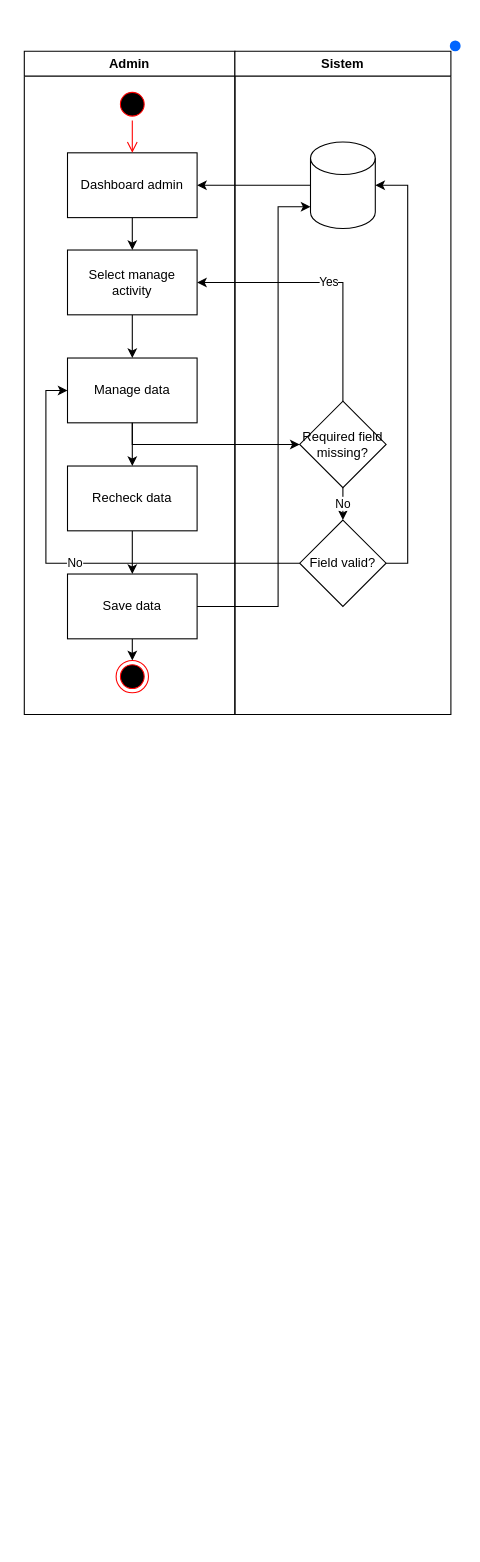
Earlier version of the draw.io diagram page "Admin" (1 of 4) of activityDiagram.drawio (dzikfr/aplikasi-absensi-baharkam-2024). Source tidied: cells renumbered, new cells numbered last; positions are measured from the earlier drawing's top-left corner, leaving out a move shared by most shapes. Both pictures are drawn from the tidied source at 108%, with x=0, y=0 at pixel (24, 40).
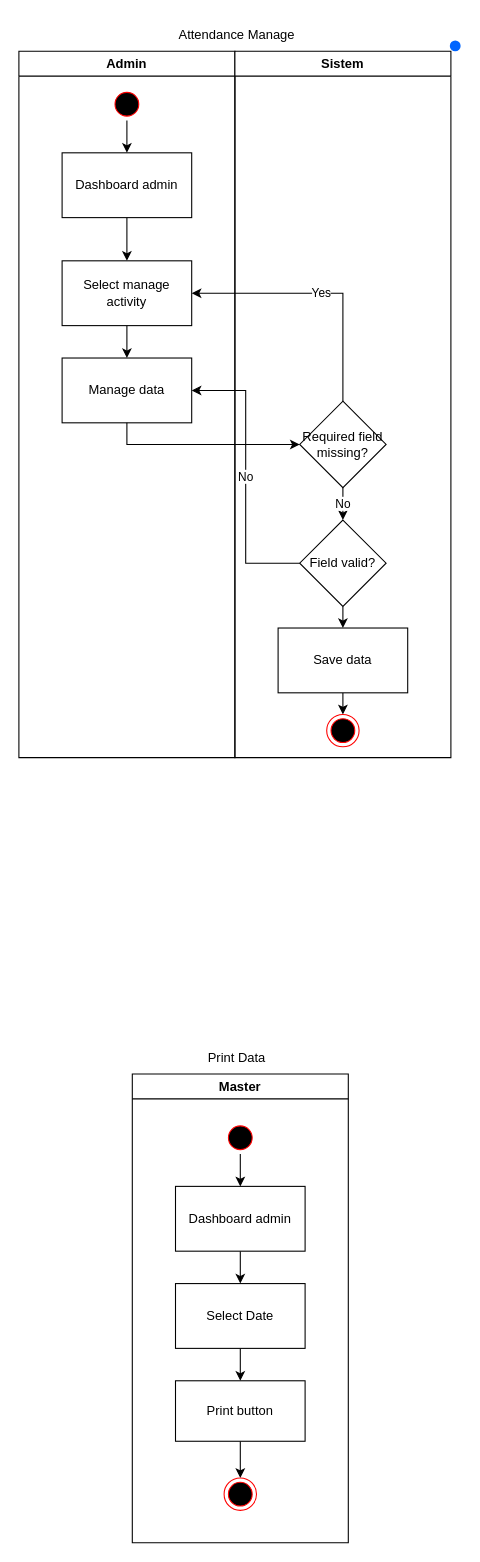
The same diagram, later.

Unchanged cells that the change refers to:
```xml
<mxCell id="6" value="Dashboard admin" style="rounded=0;whiteSpace=wrap;html=1;" parent="3" vertex="1">
  <mxGeometry x="40" y="94" width="120" height="60" as="geometry" />
</mxCell>
<mxCell id="10" value="Manage data" style="rounded=0;whiteSpace=wrap;html=1;" parent="3" vertex="1">
  <mxGeometry x="40" y="284" width="120" height="60" as="geometry" />
</mxCell>
<mxCell id="11" style="ellipse;html=1;shape=startState;fillColor=#000000;strokeColor=#ff0000;" parent="3" vertex="1">
  <mxGeometry x="85" y="34" width="30" height="30" as="geometry" />
</mxCell>
```

The edit, as a diff of the source:
```diff
@@
     <mxCell id="3" value="Admin" style="swimlane;whiteSpace=wrap;html=1;startSize=23;" parent="1" vertex="1">
-      <mxGeometry y="10" width="195" height="614" as="geometry" />
+      <mxGeometry x="-5" y="10" width="200" height="654" as="geometry" />
     </mxCell>
@@
     <mxCell id="8" value="Select manage activity" style="rounded=0;whiteSpace=wrap;html=1;" parent="3" vertex="1">
-      <mxGeometry x="40" y="184" width="120" height="60" as="geometry" />
+      <mxGeometry x="40" y="194" width="120" height="60" as="geometry" />
     </mxCell>
-    <mxCell id="9" style="edgeStyle=orthogonalEdgeStyle;rounded=0;jettySize=auto;html=1;exitX=0.5;exitY=1;exitDx=0;exitDy=0;entryX=0.5;entryY=0;entryDx=0;entryDy=0;" parent="3" edge="1" source="10" target="14">
-      <mxGeometry relative="1" as="geometry" />
-    </mxCell>
@@
+    <mxCell id="12" style="edgeStyle=orthogonalEdgeStyle;rounded=0;jettySize=auto;html=1;exitX=0.5;exitY=1;exitDx=0;exitDy=0;entryX=0.5;entryY=0;entryDx=0;entryDy=0;" parent="3" edge="1" source="11" target="6">
+      <mxGeometry relative="1" as="geometry" />
+    </mxCell>
@@
-    <mxCell id="12" style="edgeStyle=orthogonalEdgeStyle;html=1;verticalAlign=bottom;endArrow=open;endSize=8;strokeColor=#ff0000;rounded=0;entryX=0.5;entryY=0;entryDx=0;entryDy=0;" parent="3" edge="1" source="11" target="6">
-      <mxGeometry relative="1" as="geometry" />
-    </mxCell>
-    <mxCell id="13" style="edgeStyle=orthogonalEdgeStyle;rounded=0;jettySize=auto;html=1;exitX=0.5;exitY=1;exitDx=0;exitDy=0;entryX=0.5;entryY=0;entryDx=0;entryDy=0;" parent="3" edge="1" source="14" target="16">
-      <mxGeometry relative="1" as="geometry" />
-    </mxCell>
-    <mxCell id="14" value="Recheck data" style="rounded=0;whiteSpace=wrap;html=1;" parent="3" vertex="1">
-      <mxGeometry x="40" y="384" width="120" height="60" as="geometry" />
-    </mxCell>
-    <mxCell id="15" style="edgeStyle=orthogonalEdgeStyle;rounded=0;jettySize=auto;html=1;exitX=0.5;exitY=1;exitDx=0;exitDy=0;entryX=0.5;entryY=0;entryDx=0;entryDy=0;" parent="3" edge="1" source="16" target="17">
-      <mxGeometry relative="1" as="geometry" />
-    </mxCell>
+    <mxCell id="18" value="Sistem" style="swimlane;whiteSpace=wrap;html=1;startSize=23;" parent="1" vertex="1">
+      <mxGeometry x="195" y="10" width="200" height="654" as="geometry" />
+    </mxCell>
+    <mxCell id="20" value="Required field missing?" style="rhombus;whiteSpace=wrap;html=1;" parent="18" vertex="1">
+      <mxGeometry x="60" y="324" width="80" height="80" as="geometry" />
+    </mxCell>
+    <mxCell id="29" style="edgeStyle=orthogonalEdgeStyle;rounded=0;jettySize=auto;html=1;exitX=0.5;exitY=1;exitDx=0;exitDy=0;entryX=0.5;entryY=0;entryDx=0;entryDy=0;" parent="18" edge="1" source="21" target="16">
+      <mxGeometry relative="1" as="geometry" />
+    </mxCell>
+    <mxCell id="21" value="Field valid?" style="rhombus;whiteSpace=wrap;html=1;" parent="18" vertex="1">
+      <mxGeometry x="60" y="434" width="80" height="80" as="geometry" />
+    </mxCell>
+    <mxCell id="23" value="No" style="edgeStyle=orthogonalEdgeStyle;rounded=0;jettySize=auto;html=1;exitX=0.5;exitY=1;exitDx=0;exitDy=0;entryX=0.5;entryY=0;entryDx=0;entryDy=0;" parent="18" edge="1" source="20" target="21">
+      <mxGeometry relative="1" as="geometry" />
+    </mxCell>
+    <mxCell id="30" style="edgeStyle=orthogonalEdgeStyle;rounded=0;jettySize=auto;html=1;exitX=0.5;exitY=1;exitDx=0;exitDy=0;entryX=0.5;entryY=0;entryDx=0;entryDy=0;" parent="18" edge="1" source="16" target="31">
+      <mxGeometry relative="1" as="geometry" />
+    </mxCell>
-    <mxCell id="16" value="Save data" style="rounded=0;whiteSpace=wrap;html=1;" parent="3" vertex="1">
-      <mxGeometry x="40" y="484" width="120" height="60" as="geometry" />
+    <mxCell id="16" value="Save data" style="rounded=0;whiteSpace=wrap;html=1;" parent="18" vertex="1">
+      <mxGeometry x="40" y="534" width="120" height="60" as="geometry" />
     </mxCell>
-    <mxCell id="17" style="ellipse;html=1;shape=endState;fillColor=#000000;strokeColor=#ff0000;" parent="3" vertex="1">
-      <mxGeometry x="85" y="564" width="30" height="30" as="geometry" />
-    </mxCell>
-    <mxCell id="18" value="Sistem" style="swimlane;whiteSpace=wrap;html=1;startSize=23;" parent="1" vertex="1">
-      <mxGeometry x="195" y="10" width="200" height="614" as="geometry" />
-    </mxCell>
-    <mxCell id="19" style="shape=cylinder3;whiteSpace=wrap;html=1;boundedLbl=1;backgroundOutline=1;size=15;" parent="18" vertex="1">
-      <mxGeometry x="70" y="84" width="60" height="80" as="geometry" />
-    </mxCell>
-    <mxCell id="20" value="Required field missing?" style="rhombus;whiteSpace=wrap;html=1;" parent="18" vertex="1">
-      <mxGeometry x="60" y="324" width="80" height="80" as="geometry" />
-    </mxCell>
-    <mxCell id="21" value="Field valid?" style="rhombus;whiteSpace=wrap;html=1;" parent="18" vertex="1">
-      <mxGeometry x="60" y="434" width="80" height="80" as="geometry" />
-    </mxCell>
-    <mxCell id="22" style="edgeStyle=orthogonalEdgeStyle;rounded=0;jettySize=auto;html=1;exitX=1;exitY=0.5;exitDx=0;exitDy=0;entryX=1;entryY=0.5;entryDx=0;entryDy=0;entryPerimeter=0;" parent="18" edge="1" source="21" target="19">
-      <mxGeometry relative="1" as="geometry" />
-    </mxCell>
-    <mxCell id="23" value="No" style="edgeStyle=orthogonalEdgeStyle;rounded=0;jettySize=auto;html=1;exitX=0.5;exitY=1;exitDx=0;exitDy=0;entryX=0.5;entryY=0;entryDx=0;entryDy=0;" parent="18" edge="1" source="20" target="21">
-      <mxGeometry relative="1" as="geometry" />
-    </mxCell>
-    <mxCell id="24" style="edgeStyle=orthogonalEdgeStyle;rounded=0;jettySize=auto;html=1;exitX=0;exitY=0.5;exitDx=0;exitDy=0;exitPerimeter=0;entryX=1;entryY=0.5;entryDx=0;entryDy=0;" parent="1" edge="1" source="19" target="6">
-      <mxGeometry relative="1" as="geometry" />
-    </mxCell>
+    <mxCell id="31" style="ellipse;html=1;shape=endState;fillColor=#000000;strokeColor=#ff0000;" parent="18" vertex="1">
+      <mxGeometry x="85" y="614" width="30" height="30" as="geometry" />
+    </mxCell>
@@
-    <mxCell id="27" value="No" style="edgeStyle=orthogonalEdgeStyle;rounded=0;jettySize=auto;html=1;exitX=0;exitY=0.5;exitDx=0;exitDy=0;entryX=0;entryY=0.5;entryDx=0;entryDy=0;" parent="1" edge="1" source="21" target="10">
+    <mxCell id="27" value="No" style="edgeStyle=orthogonalEdgeStyle;rounded=0;jettySize=auto;html=1;exitX=0;exitY=0.5;exitDx=0;exitDy=0;entryX=1;entryY=0.5;entryDx=0;entryDy=0;" parent="1" edge="1" source="21" target="10">
       <mxGeometry relative="1" as="geometry" />
     </mxCell>
-    <mxCell id="28" style="edgeStyle=orthogonalEdgeStyle;rounded=0;jettySize=auto;html=1;exitX=1;exitY=0.5;exitDx=0;exitDy=0;" parent="1" edge="1" source="16" target="19">
-      <mxGeometry relative="1" as="geometry">
-        <Array as="points">
-          <mxPoint x="235" y="524" />
-          <mxPoint x="235" y="154" />
-        </Array>
-      </mxGeometry>
-    </mxCell>
+    <mxCell id="32" value="Master" style="swimlane;whiteSpace=wrap;html=1;startSize=23;" parent="1" vertex="1">
+      <mxGeometry x="100" y="957" width="200" height="434" as="geometry" />
+    </mxCell>
+    <mxCell id="33" style="edgeStyle=orthogonalEdgeStyle;rounded=0;jettySize=auto;html=1;exitX=0.5;exitY=1;exitDx=0;exitDy=0;entryX=0.5;entryY=0;entryDx=0;entryDy=0;" parent="32" edge="1" source="34" target="36">
+      <mxGeometry relative="1" as="geometry" />
+    </mxCell>
+    <mxCell id="34" style="ellipse;html=1;shape=startState;fillColor=#000000;strokeColor=#ff0000;" parent="32" vertex="1">
+      <mxGeometry x="85" y="44" width="30" height="30" as="geometry" />
+    </mxCell>
+    <mxCell id="35" style="edgeStyle=orthogonalEdgeStyle;rounded=0;jettySize=auto;html=1;exitX=0.5;exitY=1;exitDx=0;exitDy=0;entryX=0.5;entryY=0;entryDx=0;entryDy=0;" parent="32" edge="1" source="36" target="38">
+      <mxGeometry relative="1" as="geometry" />
+    </mxCell>
+    <mxCell id="36" value="Dashboard admin" style="rounded=0;whiteSpace=wrap;html=1;" parent="32" vertex="1">
+      <mxGeometry x="40" y="104" width="120" height="60" as="geometry" />
+    </mxCell>
+    <mxCell id="37" style="edgeStyle=orthogonalEdgeStyle;rounded=0;jettySize=auto;html=1;exitX=0.5;exitY=1;exitDx=0;exitDy=0;entryX=0.5;entryY=0;entryDx=0;entryDy=0;" parent="32" edge="1" source="38" target="40">
+      <mxGeometry relative="1" as="geometry" />
+    </mxCell>
+    <mxCell id="38" value="Select Date" style="rounded=0;whiteSpace=wrap;html=1;" parent="32" vertex="1">
+      <mxGeometry x="40" y="194" width="120" height="60" as="geometry" />
+    </mxCell>
+    <mxCell id="39" style="edgeStyle=orthogonalEdgeStyle;rounded=0;jettySize=auto;html=1;exitX=0.5;exitY=1;exitDx=0;exitDy=0;entryX=0.5;entryY=0;entryDx=0;entryDy=0;" parent="32" edge="1" source="40" target="41">
+      <mxGeometry relative="1" as="geometry" />
+    </mxCell>
+    <mxCell id="40" value="Print button" style="rounded=0;whiteSpace=wrap;html=1;" parent="32" vertex="1">
+      <mxGeometry x="40" y="284" width="120" height="56" as="geometry" />
+    </mxCell>
+    <mxCell id="41" style="ellipse;html=1;shape=endState;fillColor=#000000;strokeColor=#ff0000;" parent="32" vertex="1">
+      <mxGeometry x="85" y="374" width="30" height="30" as="geometry" />
+    </mxCell>
+    <mxCell id="42" value="Print Data" style="text;html=1;align=center;verticalAlign=middle;whiteSpace=wrap;rounded=0;" parent="1" vertex="1">
+      <mxGeometry x="167" y="927" width="60" height="30" as="geometry" />
+    </mxCell>
+    <mxCell id="43" value="Attendance Manage" style="text;html=1;align=center;verticalAlign=middle;whiteSpace=wrap;rounded=0;" parent="1" vertex="1">
+      <mxGeometry x="133" y="-20" width="128" height="30" as="geometry" />
+    </mxCell>
```
